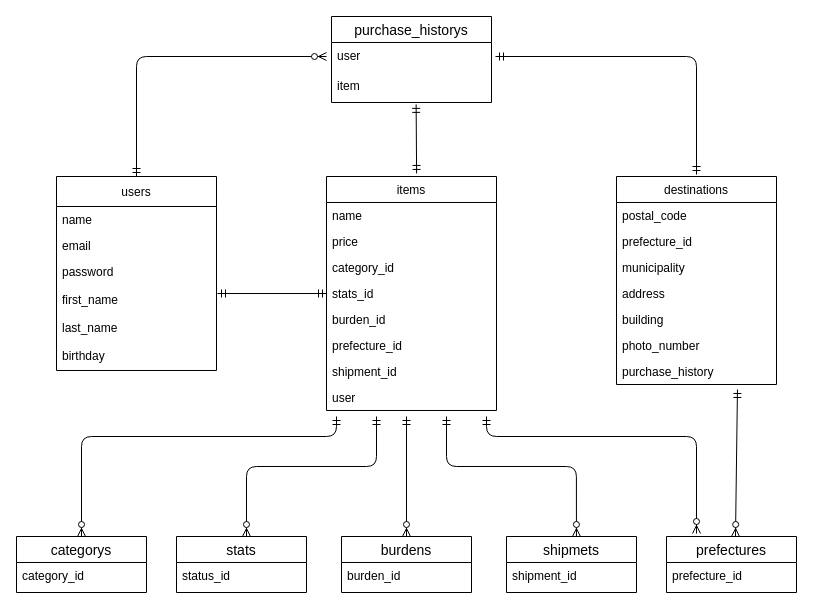
This is bin/ER.dio from massan7251/furima-33932, a draw.io file, before an edit. Source tidied: cells renumbered, new cells numbered last; positions are measured from the earlier drawing's top-left corner, leaving out a move shared by most shapes. Both pictures are drawn from the tidied source at 100%, with x=0, y=0 at pixel (16, 16).
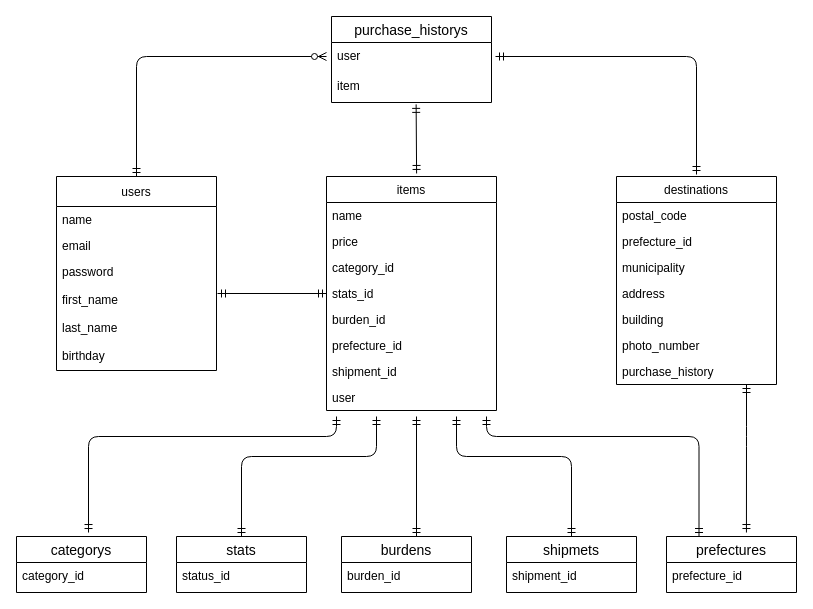
The same page after the edit.

Unchanged cells that the change refers to:
```xml
<mxCell id="25" value="purchase_history" style="text;strokeColor=none;fillColor=none;align=left;verticalAlign=top;spacingLeft=4;spacingRight=4;overflow=hidden;points=[[0,0.5],[1,0.5]];portConstraint=eastwest;" parent="18" vertex="1">
  <mxGeometry y="182" width="160" height="26" as="geometry" />
</mxCell>
<mxCell id="29" value="categorys" style="swimlane;fontStyle=0;horizontal=1;startSize=26;align=center;fontSize=14;" parent="1" vertex="1">
  <mxGeometry y="520" width="130" height="56" as="geometry" />
</mxCell>
<mxCell id="31" value="stats" style="swimlane;fontStyle=0;horizontal=1;startSize=26;align=center;fontSize=14;" parent="1" vertex="1">
  <mxGeometry x="160" y="520" width="130" height="56" as="geometry" />
</mxCell>
<mxCell id="33" value="burdens" style="swimlane;fontStyle=0;horizontal=1;startSize=26;align=center;fontSize=14;" parent="1" vertex="1">
  <mxGeometry x="325" y="520" width="130" height="56" as="geometry" />
</mxCell>
<mxCell id="35" value="shipmets" style="swimlane;fontStyle=0;horizontal=1;startSize=26;align=center;fontSize=14;" parent="1" vertex="1">
  <mxGeometry x="490" y="520" width="130" height="56" as="geometry" />
</mxCell>
<mxCell id="37" value="prefectures" style="swimlane;fontStyle=0;horizontal=1;startSize=26;align=center;fontSize=14;" parent="1" vertex="1">
  <mxGeometry x="650" y="520" width="130" height="56" as="geometry" />
</mxCell>
```

Change to the diagram source:
```diff
@@
-    <mxCell id="42" style="edgeStyle=orthogonalEdgeStyle;fontSize=12;html=1;endArrow=ERzeroToMany;startArrow=ERmandOne;entryX=0.5;entryY=0;entryDx=0;entryDy=0;" parent="1" edge="1" target="29">
-      <mxGeometry relative="1" as="geometry">
-        <mxPoint x="320" y="400" as="sourcePoint" />
-        <Array as="points">
-          <mxPoint x="320" y="420" />
-          <mxPoint x="65" y="420" />
-        </Array>
-      </mxGeometry>
-    </mxCell>
-    <mxCell id="43" style="edgeStyle=orthogonalEdgeStyle;fontSize=12;html=1;endArrow=ERzeroToMany;startArrow=ERmandOne;" parent="1" edge="1">
-      <mxGeometry relative="1" as="geometry">
-        <mxPoint x="360" y="400" as="sourcePoint" />
-        <mxPoint x="230" y="520" as="targetPoint" />
-        <Array as="points">
-          <mxPoint x="360" y="450" />
-          <mxPoint x="230" y="450" />
-        </Array>
-      </mxGeometry>
-    </mxCell>
-    <mxCell id="44" style="fontSize=12;html=1;endArrow=ERzeroToMany;startArrow=ERmandOne;entryX=0.5;entryY=0;entryDx=0;entryDy=0;" parent="1" edge="1" target="33">
-      <mxGeometry relative="1" as="geometry">
-        <mxPoint x="390" y="400" as="sourcePoint" />
-      </mxGeometry>
-    </mxCell>
-    <mxCell id="45" style="edgeStyle=orthogonalEdgeStyle;fontSize=12;html=1;endArrow=ERzeroToMany;startArrow=ERmandOne;entryX=0.538;entryY=0;entryDx=0;entryDy=0;entryPerimeter=0;" parent="1" edge="1" target="35">
-      <mxGeometry relative="1" as="geometry">
-        <mxPoint x="430" y="400" as="sourcePoint" />
-        <Array as="points">
-          <mxPoint x="430" y="450" />
-          <mxPoint x="560" y="450" />
-        </Array>
-      </mxGeometry>
-    </mxCell>
-    <mxCell id="46" style="edgeStyle=orthogonalEdgeStyle;fontSize=12;html=1;endArrow=ERzeroToMany;startArrow=ERmandOne;" parent="1" edge="1">
-      <mxGeometry relative="1" as="geometry">
-        <mxPoint x="470" y="400" as="sourcePoint" />
-        <mxPoint x="680" y="517" as="targetPoint" />
-        <Array as="points">
-          <mxPoint x="470" y="420" />
-          <mxPoint x="680" y="420" />
-        </Array>
-      </mxGeometry>
-    </mxCell>
-    <mxCell id="47" style="fontSize=12;html=1;endArrow=ERzeroToMany;startArrow=ERmandOne;exitX=0.756;exitY=1.192;exitDx=0;exitDy=0;exitPerimeter=0;" parent="1" edge="1" source="25">
-      <mxGeometry relative="1" as="geometry">
-        <mxPoint x="719" y="520" as="targetPoint" />
-      </mxGeometry>
-    </mxCell>
@@
+    <mxCell id="49" style="edgeStyle=orthogonalEdgeStyle;fontSize=12;html=1;endArrow=ERmandOne;startArrow=ERmandOne;entryX=0.554;entryY=-0.071;entryDx=0;entryDy=0;entryPerimeter=0;" parent="1" edge="1" target="29">
+      <mxGeometry relative="1" as="geometry">
+        <mxPoint x="320" y="400" as="sourcePoint" />
+        <Array as="points">
+          <mxPoint x="320" y="420" />
+          <mxPoint x="72" y="420" />
+        </Array>
+      </mxGeometry>
+    </mxCell>
+    <mxCell id="50" style="edgeStyle=orthogonalEdgeStyle;fontSize=12;html=1;endArrow=ERmandOne;startArrow=ERmandOne;exitX=0.5;exitY=0;exitDx=0;exitDy=0;" parent="1" edge="1" source="31">
+      <mxGeometry relative="1" as="geometry">
+        <mxPoint x="360" y="400" as="targetPoint" />
+        <Array as="points">
+          <mxPoint x="225" y="440" />
+          <mxPoint x="360" y="440" />
+        </Array>
+      </mxGeometry>
+    </mxCell>
+    <mxCell id="51" style="fontSize=12;html=1;endArrow=ERmandOne;startArrow=ERmandOne;" parent="1" edge="1">
+      <mxGeometry relative="1" as="geometry">
+        <mxPoint x="400" y="520" as="sourcePoint" />
+        <mxPoint x="400" y="400" as="targetPoint" />
+      </mxGeometry>
+    </mxCell>
+    <mxCell id="52" style="fontSize=12;html=1;endArrow=ERmandOne;startArrow=ERmandOne;exitX=0.5;exitY=0;exitDx=0;exitDy=0;edgeStyle=orthogonalEdgeStyle;" parent="1" edge="1" source="35">
+      <mxGeometry relative="1" as="geometry">
+        <mxPoint x="440" y="400" as="targetPoint" />
+        <Array as="points">
+          <mxPoint x="555" y="440" />
+          <mxPoint x="440" y="440" />
+        </Array>
+      </mxGeometry>
+    </mxCell>
+    <mxCell id="53" style="fontSize=12;html=1;endArrow=ERmandOne;startArrow=ERmandOne;exitX=0.25;exitY=0;exitDx=0;exitDy=0;edgeStyle=orthogonalEdgeStyle;" parent="1" edge="1" source="37">
+      <mxGeometry relative="1" as="geometry">
+        <mxPoint x="470" y="400" as="targetPoint" />
+        <Array as="points">
+          <mxPoint x="683" y="420" />
+          <mxPoint x="470" y="420" />
+        </Array>
+      </mxGeometry>
+    </mxCell>
+    <mxCell id="54" style="fontSize=12;html=1;endArrow=ERmandOne;startArrow=ERmandOne;exitX=0.615;exitY=-0.071;exitDx=0;exitDy=0;exitPerimeter=0;" parent="1" edge="1" source="37">
+      <mxGeometry relative="1" as="geometry">
+        <mxPoint x="730" y="368" as="targetPoint" />
+        <Array as="points">
+          <mxPoint x="730" y="420" />
+        </Array>
+      </mxGeometry>
+    </mxCell>
```
